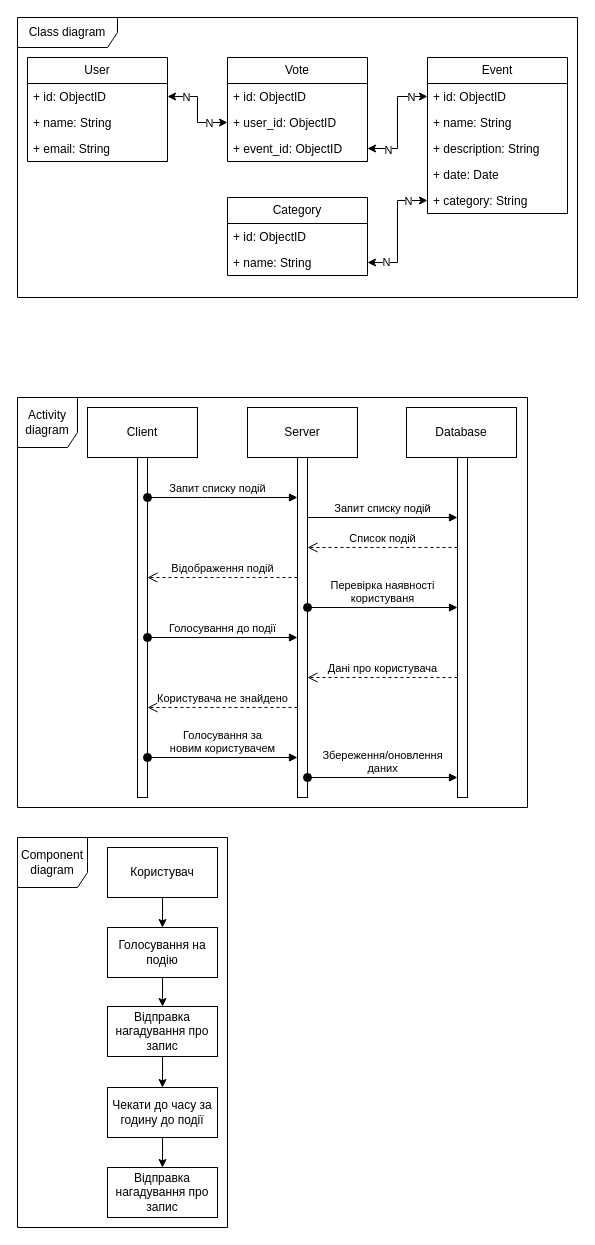
Above: uml.drawio in IvanK5565/MasterEvents (draw.io), before the change. Source tidied: cells renumbered, new cells numbered last; positions are measured from the earlier drawing's top-left corner, leaving out a move shared by most shapes. Both pictures are drawn from the tidied source at 100%, with x=0, y=0 at pixel (17, 17).
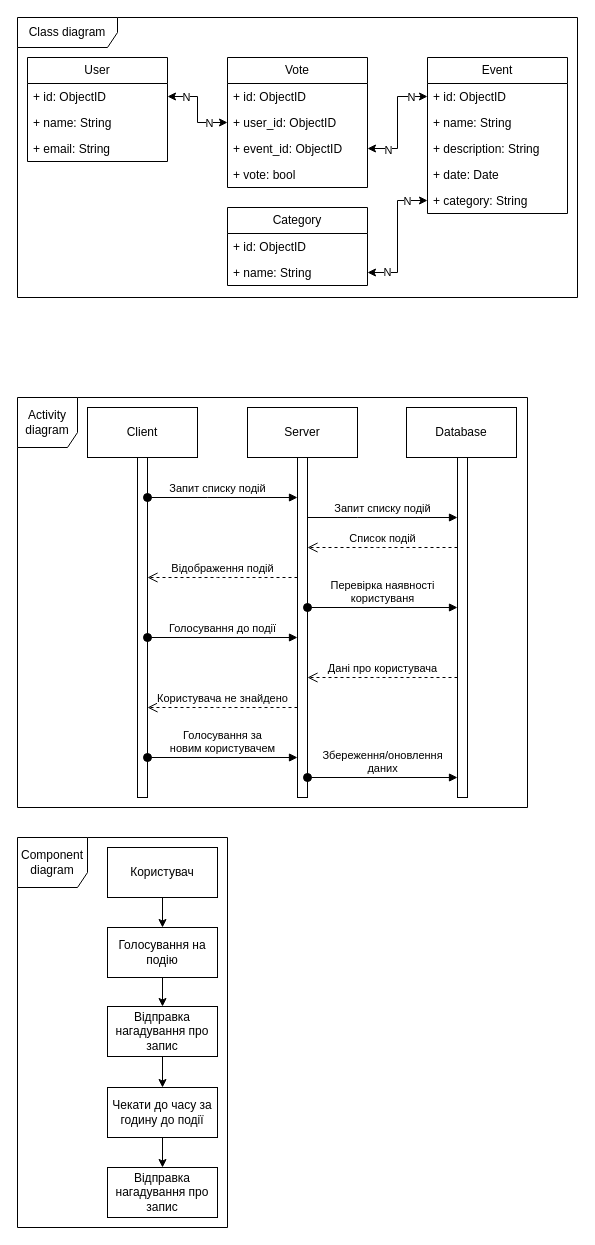
Above is the later version.

Unchanged cells that the change refers to:
```xml
<mxCell id="20" style="group;" parent="1" vertex="1">
  <mxGeometry width="560" height="280" as="geometry" />
</mxCell>
```

Change to the diagram source:
```diff
@@
     <mxCell id="31" value="Vote" style="swimlane;fontStyle=0;horizontal=1;startSize=26;fillColor=none;whiteSpace=wrap;html=1;" parent="20" vertex="1">
-      <mxGeometry x="210" y="40" width="140" height="104" as="geometry" />
+      <mxGeometry x="210" y="40" width="140" height="130" as="geometry" />
     </mxCell>
@@
+    <mxCell id="59" value="+ vote: bool" style="text;strokeColor=none;fillColor=none;align=left;verticalAlign=top;spacingLeft=4;spacingRight=4;overflow=hidden;whiteSpace=wrap;html=1;" parent="31" vertex="1">
+      <mxGeometry y="104" width="140" height="26" as="geometry" />
+    </mxCell>
     <mxCell id="35" value="Category" style="swimlane;fontStyle=0;horizontal=1;startSize=26;fillColor=none;whiteSpace=wrap;html=1;" parent="20" vertex="1">
-      <mxGeometry x="210" y="180" width="140" height="78" as="geometry" />
+      <mxGeometry x="210" y="190" width="140" height="78" as="geometry" />
     </mxCell>
```
